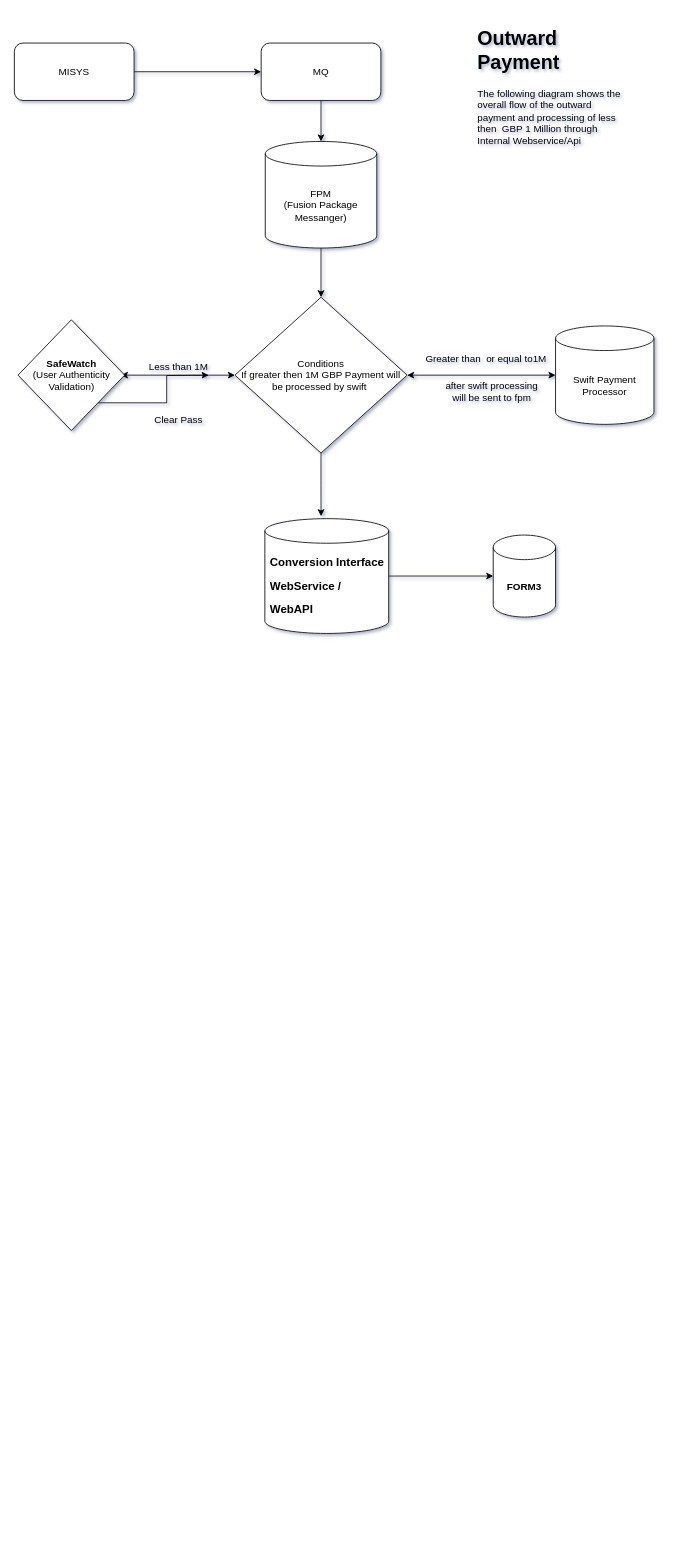
imrbpro/GBPCS keeps this draw.io diagram as Untitled Diagram.drawio. Above is the earlier version. Source tidied: cells renumbered, new cells numbered last; positions are measured from the earlier drawing's top-left corner, leaving out a move shared by most shapes. Both pictures are drawn from the tidied source at 82%, with x=0, y=0 at pixel (14, 22).
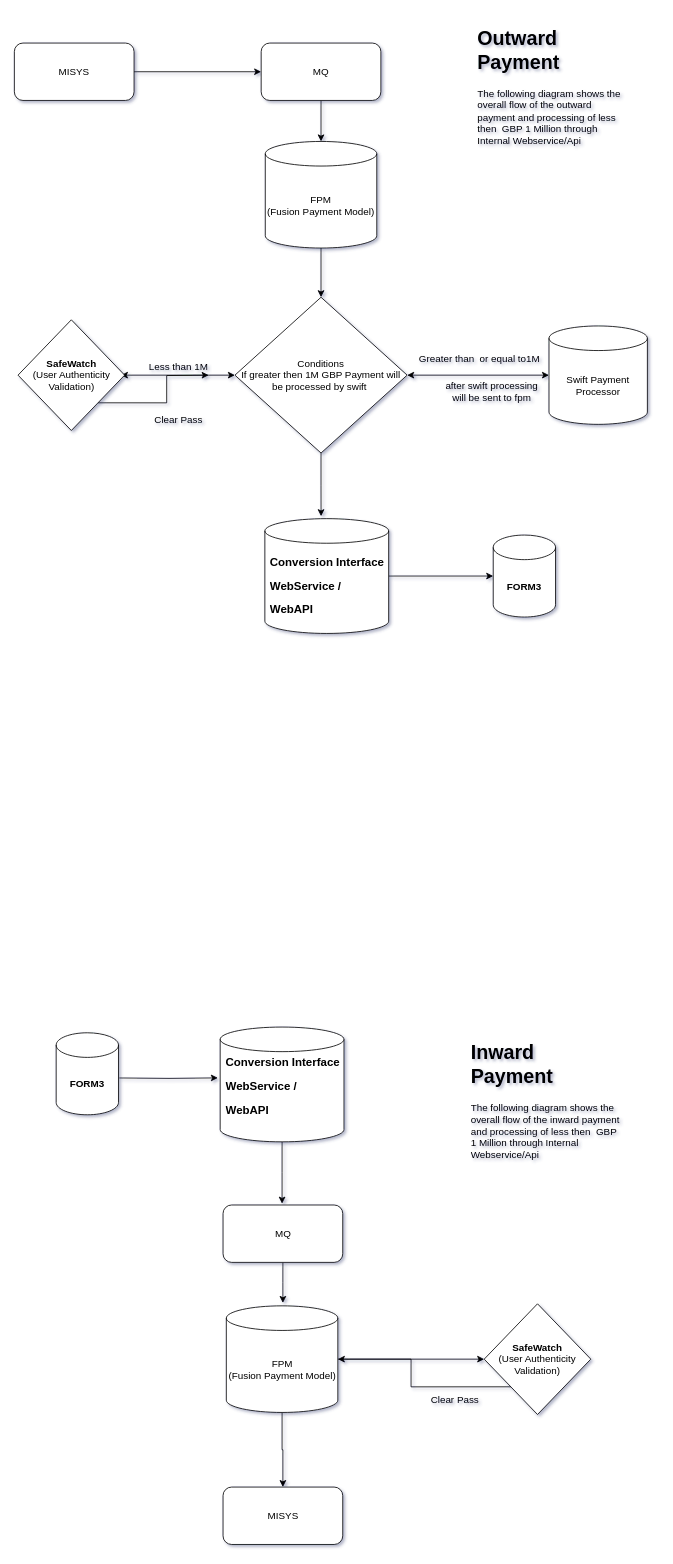
The same diagram, later.

Commit message:
Inward also added

Change to the diagram source:
```diff
@@
-    <mxCell id="5" value="FPM&lt;br&gt;(Fusion Package Messanger)" style="shape=cylinder3;whiteSpace=wrap;html=1;boundedLbl=1;backgroundOutline=1;size=15;" parent="1" vertex="1">
+    <mxCell id="5" value="FPM&lt;br&gt;(Fusion Payment Model)" style="shape=cylinder3;whiteSpace=wrap;html=1;boundedLbl=1;backgroundOutline=1;size=15;" parent="1" vertex="1">
       <mxGeometry x="306" y="145" width="136" height="130" as="geometry" />
     </mxCell>
@@
     <mxCell id="10" value="Swift Payment Processor" style="shape=cylinder3;whiteSpace=wrap;html=1;boundedLbl=1;backgroundOutline=1;size=15;" parent="1" vertex="1">
-      <mxGeometry x="660" y="370" width="120" height="120" as="geometry" />
+      <mxGeometry x="652" y="370" width="120" height="120" as="geometry" />
     </mxCell>
     <mxCell id="11" value="Greater than&amp;nbsp; or equal to1M" style="text;html=1;align=center;verticalAlign=middle;strokeColor=none;fillColor=none;" parent="1" vertex="1">
-      <mxGeometry x="490" y="395" width="170" height="30" as="geometry" />
+      <mxGeometry x="482" y="395" width="170" height="30" as="geometry" />
     </mxCell>
@@
+    <mxCell id="24" value="MISYS" style="rounded=1;whiteSpace=wrap;html=1;fontSize=12;glass=0;strokeWidth=1;shadow=0;" parent="1" vertex="1">
+      <mxGeometry x="254.5" y="1786" width="146" height="70" as="geometry" />
+    </mxCell>
+    <mxCell id="25" style="edgeStyle=orthogonalEdgeStyle;rounded=0;jettySize=auto;html=1;entryX=0;entryY=0.5;entryDx=0;entryDy=0;" parent="1" edge="1" source="27" target="29">
+      <mxGeometry relative="1" as="geometry" />
+    </mxCell>
+    <mxCell id="26" style="edgeStyle=orthogonalEdgeStyle;rounded=0;jettySize=auto;html=1;entryX=0.5;entryY=0;entryDx=0;entryDy=0;" parent="1" edge="1" source="27" target="24">
+      <mxGeometry relative="1" as="geometry" />
+    </mxCell>
+    <mxCell id="27" value="FPM&lt;br&gt;(Fusion Payment Model)" style="shape=cylinder3;whiteSpace=wrap;html=1;boundedLbl=1;backgroundOutline=1;size=15;" parent="1" vertex="1">
+      <mxGeometry x="258.5" y="1565" width="136" height="130" as="geometry" />
+    </mxCell>
+    <mxCell id="28" style="edgeStyle=orthogonalEdgeStyle;rounded=0;jettySize=auto;html=1;exitX=0;exitY=1;exitDx=0;exitDy=0;entryX=1;entryY=0.5;entryDx=0;entryDy=0;entryPerimeter=0;" parent="1" edge="1" source="29" target="27">
+      <mxGeometry relative="1" as="geometry" />
+    </mxCell>
+    <mxCell id="29" value="&lt;b&gt;SafeWatch&lt;/b&gt;&lt;br&gt;(User Authenticity Validation)" style="rhombus;whiteSpace=wrap;html=1;" parent="1" vertex="1">
+      <mxGeometry x="573" y="1562.5" width="130" height="135" as="geometry" />
+    </mxCell>
+    <mxCell id="30" style="edgeStyle=orthogonalEdgeStyle;rounded=0;jettySize=auto;html=1;" parent="1" edge="1" source="31">
+      <mxGeometry relative="1" as="geometry">
+        <mxPoint x="326.5" y="1440.4" as="targetPoint" />
+      </mxGeometry>
+    </mxCell>
+    <mxCell id="31" style="shape=cylinder3;whiteSpace=wrap;html=1;boundedLbl=1;backgroundOutline=1;size=15;" parent="1" vertex="1">
+      <mxGeometry x="251" y="1225" width="151" height="140" as="geometry" />
+    </mxCell>
+    <mxCell id="32" value="&lt;h1&gt;&lt;font style=&quot;font-size: 14px;&quot;&gt;Conversion Interface WebService / WebAPI&lt;br&gt;&lt;/font&gt;&lt;/h1&gt;&lt;p&gt;&lt;br&gt;&lt;/p&gt;" style="text;html=1;strokeColor=none;fillColor=none;spacing=5;spacingTop=-20;whiteSpace=wrap;overflow=hidden;rounded=0;" parent="1" vertex="1">
+      <mxGeometry x="253" y="1245" width="149" height="100" as="geometry" />
+    </mxCell>
+    <mxCell id="33" style="edgeStyle=orthogonalEdgeStyle;rounded=0;orthogonalLoop=1;jettySize=auto;html=1;" parent="1" edge="1">
+      <mxGeometry relative="1" as="geometry">
+        <mxPoint x="128" y="1287.1" as="sourcePoint" />
+        <mxPoint x="248.2" y="1287" as="targetPoint" />
+      </mxGeometry>
+    </mxCell>
+    <mxCell id="34" value="&lt;b&gt;FORM3&lt;/b&gt;" style="shape=cylinder3;whiteSpace=wrap;html=1;boundedLbl=1;backgroundOutline=1;size=15;" parent="1" vertex="1">
+      <mxGeometry x="51" y="1232" width="76" height="100" as="geometry" />
+    </mxCell>
+    <mxCell id="35" style="edgeStyle=orthogonalEdgeStyle;rounded=0;jettySize=auto;html=1;" parent="1" edge="1" source="36">
+      <mxGeometry relative="1" as="geometry">
+        <mxPoint x="327.5" y="1561.5" as="targetPoint" />
+      </mxGeometry>
+    </mxCell>
+    <mxCell id="36" value="MQ" style="rounded=1;whiteSpace=wrap;html=1;fontSize=12;glass=0;strokeWidth=1;shadow=0;" parent="1" vertex="1">
+      <mxGeometry x="254.5" y="1442" width="146" height="70" as="geometry" />
+    </mxCell>
+    <mxCell id="37" value="Clear Pass" style="text;html=1;align=center;verticalAlign=middle;strokeColor=none;fillColor=none;" parent="1" vertex="1">
+      <mxGeometry x="497" y="1665" width="80" height="30" as="geometry" />
+    </mxCell>
+    <mxCell id="38" value="&lt;h1&gt;Inward Payment&lt;/h1&gt;&lt;p&gt;The following diagram shows the overall flow of the inward payment and processing of less then&amp;nbsp; GBP 1 Million through Internal Webservice/Api&amp;nbsp;&lt;/p&gt;" style="text;html=1;strokeColor=none;fillColor=none;spacing=5;spacingTop=-20;whiteSpace=wrap;overflow=hidden;rounded=0;" parent="1" vertex="1">
+      <mxGeometry x="552" y="1237" width="190" height="165" as="geometry" />
+    </mxCell>
```
